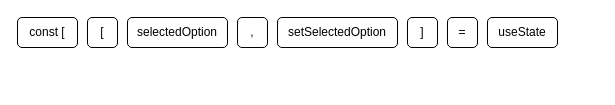
Before: Untitled Diagram.drawio in paulofernando78/dev-hub, a draw.io diagram. Source tidied: cells renumbered, new cells numbered last; positions are measured from the earlier drawing's top-left corner, leaving out a move shared by most shapes. Both pictures are drawn from the tidied source at 100%, with x=0, y=0 at pixel (17, 17).
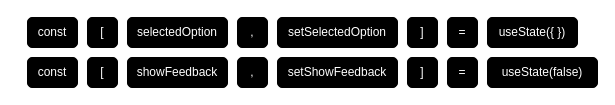
Above is the later version.

The edit, as a diff of the source:
```diff
@@
 <mxGraphModel>
   <root>
     <mxCell id="0" />
     <mxCell id="1" parent="0" />
-    <mxCell id="2" value="const [" style="rounded=1;whiteSpace=wrap;html=1;" parent="1" vertex="1">
-      <mxGeometry width="60" height="30" as="geometry" />
+    <mxCell id="2" value="&lt;font color=&quot;#ffffff&quot;&gt;const&lt;/font&gt;" style="rounded=1;whiteSpace=wrap;html=1;fillColor=#000000;" parent="1" vertex="1">
+      <mxGeometry x="10" width="50" height="30" as="geometry" />
     </mxCell>
-    <mxCell id="3" value="selectedOption" style="rounded=1;whiteSpace=wrap;html=1;" parent="1" vertex="1">
+    <mxCell id="3" value="selectedOption" style="rounded=1;whiteSpace=wrap;html=1;fillColor=#000000;fontColor=#FFFFFF;" parent="1" vertex="1">
       <mxGeometry x="110" width="100" height="30" as="geometry" />
     </mxCell>
-    <mxCell id="4" value="setSelectedOption" style="rounded=1;whiteSpace=wrap;html=1;" parent="1" vertex="1">
+    <mxCell id="4" value="setSelectedOption" style="rounded=1;whiteSpace=wrap;html=1;fillColor=#000000;fontColor=#FFFFFF;" parent="1" vertex="1">
       <mxGeometry x="260" width="120" height="30" as="geometry" />
     </mxCell>
-    <mxCell id="5" value="," style="rounded=1;whiteSpace=wrap;html=1;" parent="1" vertex="1">
+    <mxCell id="5" value="," style="rounded=1;whiteSpace=wrap;html=1;fillColor=#000000;fontColor=#FFFFFF;" parent="1" vertex="1">
       <mxGeometry x="220" width="30" height="30" as="geometry" />
     </mxCell>
-    <mxCell id="6" value="[" style="rounded=1;whiteSpace=wrap;html=1;" parent="1" vertex="1">
+    <mxCell id="6" value="[" style="rounded=1;whiteSpace=wrap;html=1;fillColor=#000000;fontColor=#FFFFFF;" parent="1" vertex="1">
       <mxGeometry x="70" width="30" height="30" as="geometry" />
     </mxCell>
-    <mxCell id="7" value="]" style="rounded=1;whiteSpace=wrap;html=1;" parent="1" vertex="1">
+    <mxCell id="7" value="]" style="rounded=1;whiteSpace=wrap;html=1;fillColor=#000000;fontColor=#FFFFFF;" parent="1" vertex="1">
       <mxGeometry x="390" width="30" height="30" as="geometry" />
     </mxCell>
-    <mxCell id="8" value="=" style="rounded=1;whiteSpace=wrap;html=1;" parent="1" vertex="1">
+    <mxCell id="8" value="=" style="rounded=1;whiteSpace=wrap;html=1;fillColor=#000000;fontColor=#FFFFFF;" parent="1" vertex="1">
       <mxGeometry x="430" width="30" height="30" as="geometry" />
     </mxCell>
-    <mxCell id="9" value="useState" style="rounded=1;whiteSpace=wrap;html=1;" parent="1" vertex="1">
-      <mxGeometry x="470" width="70" height="30" as="geometry" />
+    <mxCell id="9" value="useState({ })" style="rounded=1;whiteSpace=wrap;html=1;fillColor=#000000;fontColor=#FFFFFF;" parent="1" vertex="1">
+      <mxGeometry x="470" width="90" height="30" as="geometry" />
     </mxCell>
+    <mxCell id="10" value="&lt;font color=&quot;#ffffff&quot;&gt;const&lt;/font&gt;" style="rounded=1;whiteSpace=wrap;html=1;fillColor=#000000;" parent="1" vertex="1">
+      <mxGeometry x="10" y="40" width="50" height="30" as="geometry" />
+    </mxCell>
+    <mxCell id="11" value="[" style="rounded=1;whiteSpace=wrap;html=1;fillColor=#000000;fontColor=#FFFFFF;" parent="1" vertex="1">
+      <mxGeometry x="70" y="40" width="30" height="30" as="geometry" />
+    </mxCell>
+    <mxCell id="12" value="showFeedback" style="rounded=1;whiteSpace=wrap;html=1;fillColor=#000000;fontColor=#FFFFFF;" parent="1" vertex="1">
+      <mxGeometry x="110" y="40" width="100" height="30" as="geometry" />
+    </mxCell>
+    <mxCell id="13" value="," style="rounded=1;whiteSpace=wrap;html=1;fillColor=#000000;fontColor=#FFFFFF;" parent="1" vertex="1">
+      <mxGeometry x="220" y="40" width="30" height="30" as="geometry" />
+    </mxCell>
+    <mxCell id="14" value="setShowFeedback" style="rounded=1;whiteSpace=wrap;html=1;fillColor=#000000;fontColor=#FFFFFF;" parent="1" vertex="1">
+      <mxGeometry x="260" y="40" width="120" height="30" as="geometry" />
+    </mxCell>
+    <mxCell id="15" value="]" style="rounded=1;whiteSpace=wrap;html=1;fillColor=#000000;fontColor=#FFFFFF;" parent="1" vertex="1">
+      <mxGeometry x="390" y="40" width="30" height="30" as="geometry" />
+    </mxCell>
+    <mxCell id="16" value="=" style="rounded=1;whiteSpace=wrap;html=1;fillColor=#000000;fontColor=#FFFFFF;" parent="1" vertex="1">
+      <mxGeometry x="430" y="40" width="30" height="30" as="geometry" />
+    </mxCell>
+    <mxCell id="17" value="useState(false)" style="rounded=1;whiteSpace=wrap;html=1;fillColor=#000000;fontColor=#FFFFFF;" parent="1" vertex="1">
+      <mxGeometry x="470" y="40" width="110" height="30" as="geometry" />
+    </mxCell>
   </root>
 </mxGraphModel>
```
